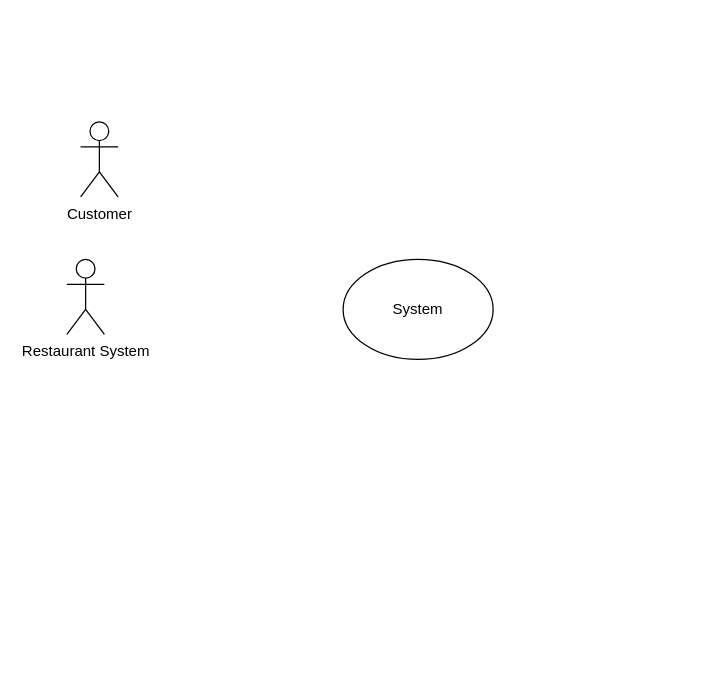
This is Kiemtra_Vegan_Gardens_NGOANHTHANTHIEN_2785.drawio from NgoAnhThanThien/thanthien123, a draw.io file, before an edit. Source tidied: cells renumbered, new cells numbered last; positions are measured from the earlier drawing's top-left corner, leaving out a move shared by most shapes. Both pictures are drawn from the tidied source at 125%, with x=0, y=0 at pixel (66, 121).
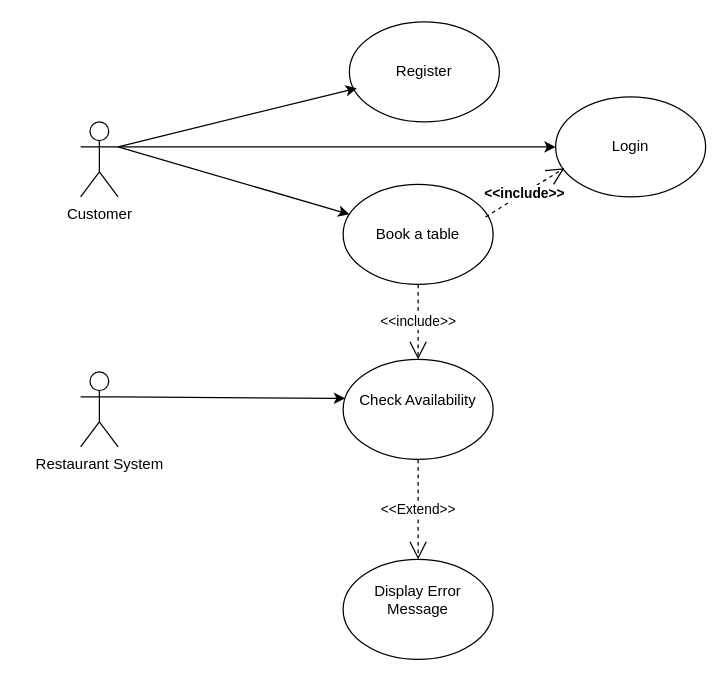
The same page after the edit.

What changed in the source:
```diff
@@
 <mxGraphModel>
   <root>
     <mxCell id="0" />
     <mxCell id="1" parent="0" />
     <mxCell id="2" value="Customer" style="shape=umlActor;verticalLabelPosition=bottom;verticalAlign=top;html=1;outlineConnect=0;" parent="1" vertex="1">
       <mxGeometry x="11" width="30" height="60" as="geometry" />
     </mxCell>
-    <mxCell id="3" value="System" style="ellipse;whiteSpace=wrap;html=1;" parent="1" vertex="1">
-      <mxGeometry x="221" y="110" width="120" height="80" as="geometry" />
-    </mxCell>
     <mxCell id="4" value="Restaurant System" style="shape=umlActor;verticalLabelPosition=bottom;verticalAlign=top;html=1;outlineConnect=0;" parent="1" vertex="1">
-      <mxGeometry y="110" width="30" height="60" as="geometry" />
+      <mxGeometry x="11" y="200" width="30" height="60" as="geometry" />
     </mxCell>
+    <mxCell id="5" value="Login" style="ellipse;whiteSpace=wrap;html=1;" parent="1" vertex="1">
+      <mxGeometry x="391" y="-20" width="120" height="80" as="geometry" />
+    </mxCell>
+    <mxCell id="6" value="Book a table" style="ellipse;whiteSpace=wrap;html=1;" parent="1" vertex="1">
+      <mxGeometry x="221" y="50" width="120" height="80" as="geometry" />
+    </mxCell>
+    <mxCell id="7" value="&amp;lt;&amp;lt;include&amp;gt;&amp;gt;" style="endArrow=open;endSize=12;dashed=1;html=1;rounded=0;exitX=0.95;exitY=0.325;exitDx=0;exitDy=0;exitPerimeter=0;entryX=0.058;entryY=0.713;entryDx=0;entryDy=0;entryPerimeter=0;fontStyle=1;" parent="1" edge="1" source="6" target="5">
+      <mxGeometry relative="1" as="geometry" />
+    </mxCell>
+    <mxCell id="8" value="Register" style="ellipse;whiteSpace=wrap;html=1;" parent="1" vertex="1">
+      <mxGeometry x="226" y="-80" width="120" height="80" as="geometry" />
+    </mxCell>
+    <mxCell id="9" value="&#10;Display Error Message&#10;&#10;" style="ellipse;whiteSpace=wrap;html=1;" parent="1" vertex="1">
+      <mxGeometry x="221" y="350" width="120" height="80" as="geometry" />
+    </mxCell>
+    <mxCell id="10" value="&#10;Check Availability&#10;&#10;" style="ellipse;whiteSpace=wrap;html=1;" parent="1" vertex="1">
+      <mxGeometry x="221" y="190" width="120" height="80" as="geometry" />
+    </mxCell>
+    <mxCell id="11" style="endArrow=classic;html=1;rounded=0;entryX=0.05;entryY=0.663;entryDx=0;entryDy=0;entryPerimeter=0;exitX=1;exitY=0.3333333333333333;exitDx=0;exitDy=0;exitPerimeter=0;" parent="1" edge="1" source="2" target="8">
+      <mxGeometry relative="1" as="geometry" />
+    </mxCell>
+    <mxCell id="12" style="endArrow=classic;html=1;rounded=0;exitX=1;exitY=0.3333333333333333;exitDx=0;exitDy=0;exitPerimeter=0;" parent="1" edge="1" source="2" target="5">
+      <mxGeometry relative="1" as="geometry" />
+    </mxCell>
+    <mxCell id="13" style="endArrow=classic;html=1;rounded=0;" parent="1" edge="1" target="6">
+      <mxGeometry relative="1" as="geometry">
+        <mxPoint x="41" y="20" as="sourcePoint" />
+      </mxGeometry>
+    </mxCell>
+    <mxCell id="14" value="&amp;lt;&amp;lt;include&amp;gt;&amp;gt;" style="endArrow=open;endSize=12;dashed=1;html=1;rounded=0;exitX=0.5;exitY=1;exitDx=0;exitDy=0;entryX=0.5;entryY=0;entryDx=0;entryDy=0;" parent="1" edge="1" source="6" target="10">
+      <mxGeometry relative="1" as="geometry" />
+    </mxCell>
+    <mxCell id="15" value="&amp;lt;&amp;lt;Extend&amp;gt;&amp;gt;" style="endArrow=open;endSize=12;dashed=1;html=1;rounded=0;exitX=0.5;exitY=1;exitDx=0;exitDy=0;entryX=0.5;entryY=0;entryDx=0;entryDy=0;" parent="1" edge="1" source="10" target="9">
+      <mxGeometry relative="1" as="geometry" />
+    </mxCell>
+    <mxCell id="16" style="endArrow=classic;html=1;rounded=0;exitX=1;exitY=0.3333333333333333;exitDx=0;exitDy=0;exitPerimeter=0;entryX=0.013;entryY=0.39;entryDx=0;entryDy=0;entryPerimeter=0;" parent="1" edge="1" source="4" target="10">
+      <mxGeometry relative="1" as="geometry" />
+    </mxCell>
   </root>
 </mxGraphModel>
```
